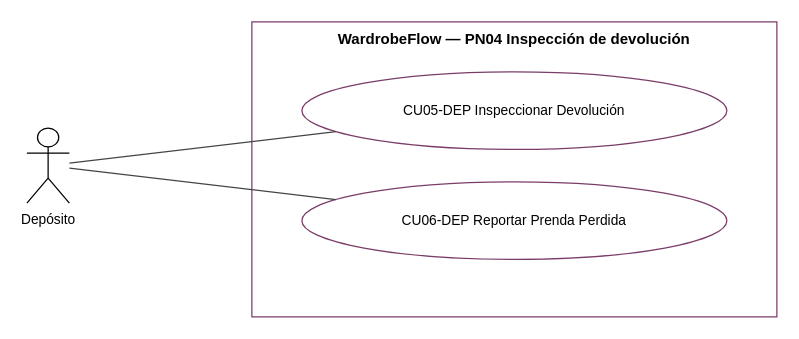
Above: docs/diagramas/drawio/CU_pn04_devolucion.drawio in valentinamorana/Trabajo-de-Diploma (draw.io), before the change. Source tidied: cells renumbered, new cells numbered last; positions are measured from the earlier drawing's top-left corner, leaving out a move shared by most shapes. Both pictures are drawn from the tidied source at 125%, with x=0, y=0 at pixel (26, 21).
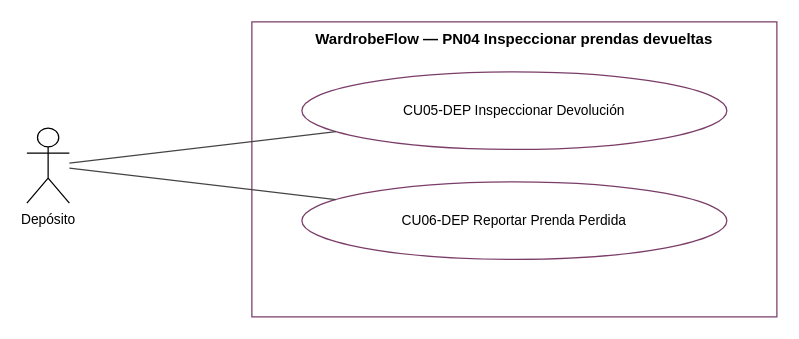
The same page after the edit.

The edit, as a diff of the source:
```diff
@@
 <mxGraphModel>
   <root>
     <mxCell id="0" />
     <mxCell id="1" parent="0" />
-    <mxCell id="2" value="WardrobeFlow — PN04 Inspección de devolución" style="rounded=0;whiteSpace=wrap;html=1;fillColor=none;strokeColor=#7a3d68;verticalAlign=top;fontStyle=1;fontSize=12;" parent="1" vertex="1">
+    <mxCell id="2" value="WardrobeFlow — PN04 Inspeccionar prendas devueltas" style="rounded=0;whiteSpace=wrap;html=1;fillColor=none;strokeColor=#7a3d68;verticalAlign=top;fontStyle=1;fontSize=12;" parent="1" vertex="1">
       <mxGeometry x="180" width="420" height="236" as="geometry" />
     </mxCell>
     <mxCell id="3" value="CU05-DEP Inspeccionar Devolución" style="ellipse;whiteSpace=wrap;html=1;fillColor=#FFFFFF;strokeColor=#7a3d68;fontSize=11;" parent="1" vertex="1">
       <mxGeometry x="220" y="40" width="340" height="62" as="geometry" />
     </mxCell>
     <mxCell id="4" value="CU06-DEP Reportar Prenda Perdida" style="ellipse;whiteSpace=wrap;html=1;fillColor=#FFFFFF;strokeColor=#7a3d68;fontSize=11;" parent="1" vertex="1">
       <mxGeometry x="220" y="128" width="340" height="62" as="geometry" />
     </mxCell>
     <mxCell id="5" value="Depósito" style="shape=umlActor;verticalLabelPosition=bottom;verticalAlign=top;html=1;outlineConnect=0;fontSize=11;" parent="1" vertex="1">
       <mxGeometry y="85" width="34" height="60" as="geometry" />
     </mxCell>
     <mxCell id="6" style="html=1;endArrow=none;strokeColor=#444;" parent="1" edge="1" source="5" target="3">
       <mxGeometry relative="1" as="geometry" />
     </mxCell>
     <mxCell id="7" style="html=1;endArrow=none;strokeColor=#444;" parent="1" edge="1" source="5" target="4">
       <mxGeometry relative="1" as="geometry" />
     </mxCell>
   </root>
 </mxGraphModel>
```
